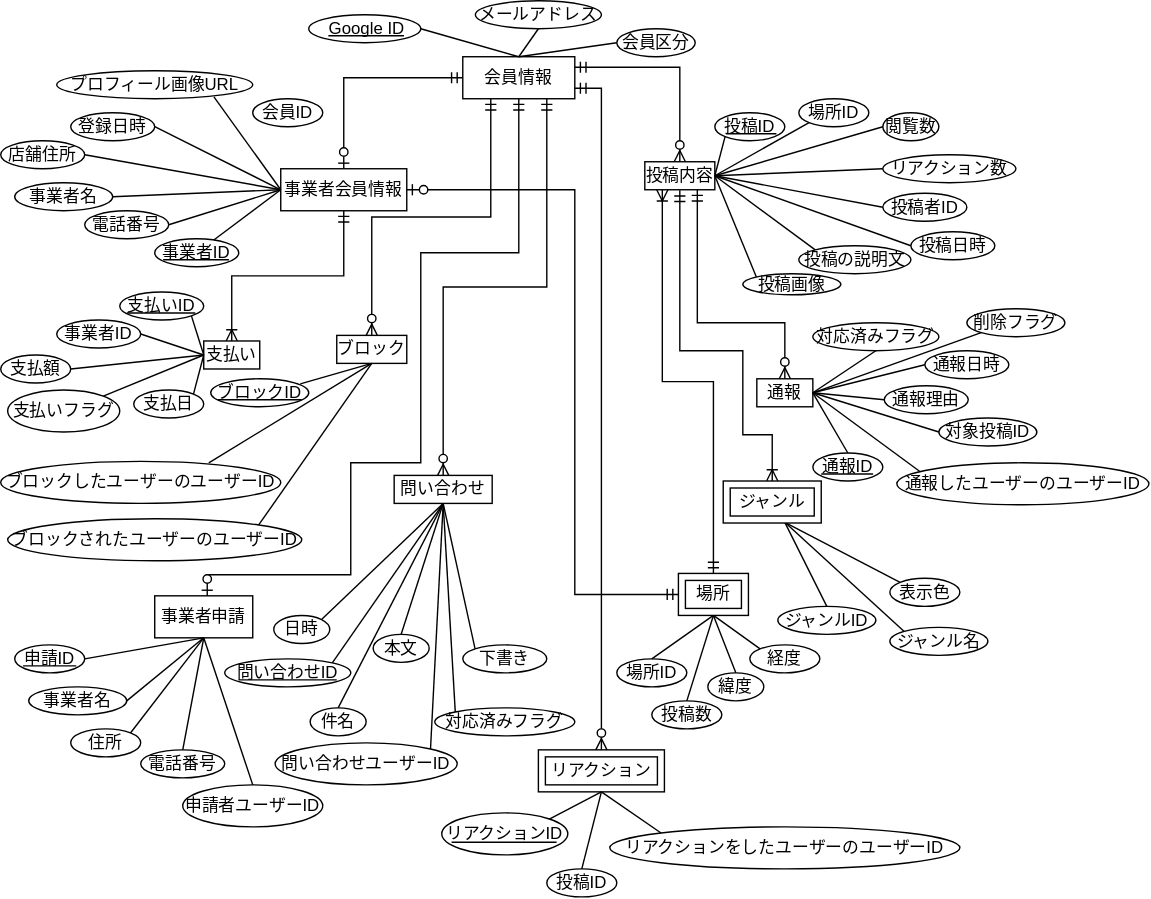
KUT-Group12/external-design keeps this draw.io diagram as sections/section8_database.svg. Above is the earlier version. Source tidied: cells renumbered, new cells last; positions are measured from the earlier drawing's top-left corner, leaving out a move shared by most shapes.
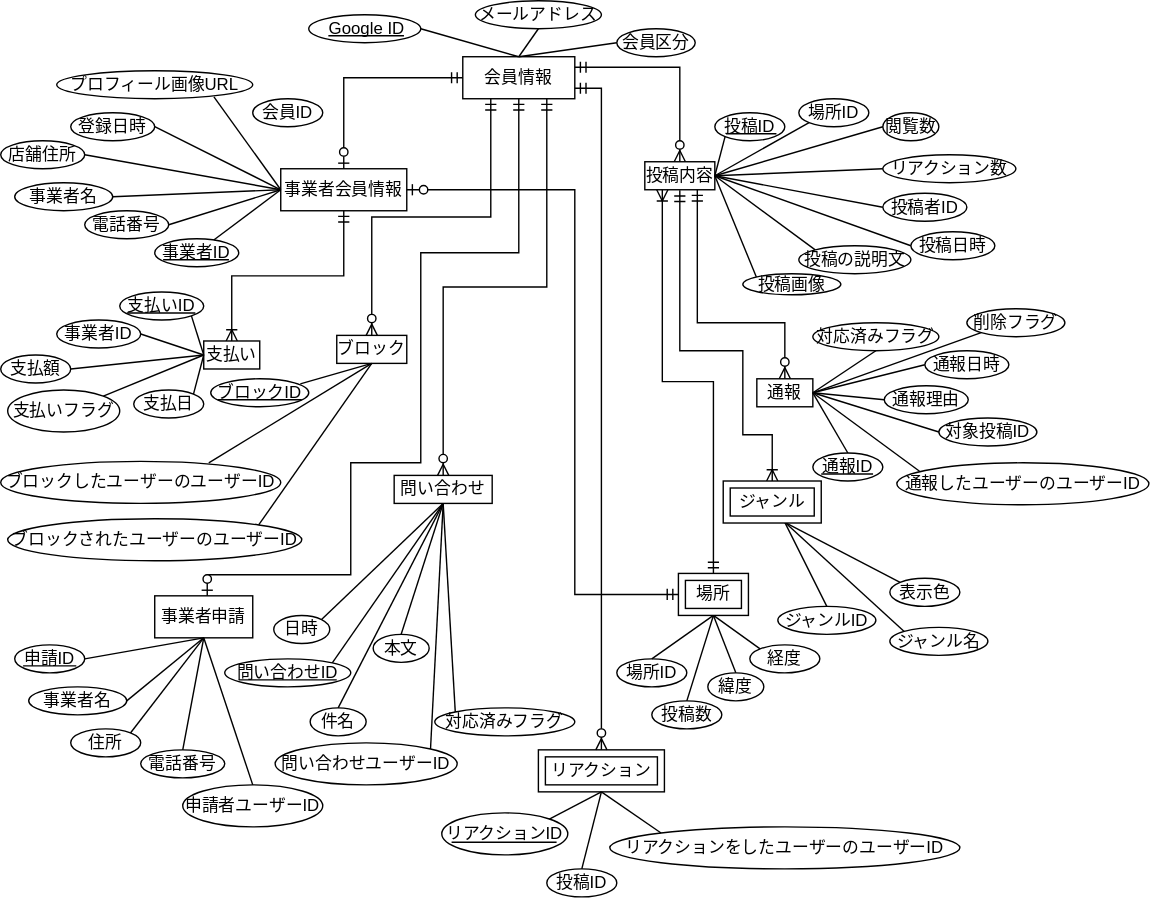
Later version of the same file.

Commit message:
docs : 図の問い合わせテーブルから下書きを削除

The edit, as a diff of the source:
```diff
@@ -401,12 +401,6 @@
     <mxCell id="115" style="endArrow=none;html=1;rounded=0;exitX=0.5;exitY=1;exitDx=0;exitDy=0;entryX=0.5;entryY=0;entryDx=0;entryDy=0;" parent="1" edge="1" source="102" target="110">
       <mxGeometry relative="1" as="geometry" />
     </mxCell>
-    <mxCell id="116" value="下書き" style="ellipse;whiteSpace=wrap;html=1;align=center;" parent="1" vertex="1">
-      <mxGeometry x="330" y="460" width="60" height="20" as="geometry" />
-    </mxCell>
-    <mxCell id="117" style="endArrow=none;html=1;rounded=0;entryX=0.5;entryY=1;entryDx=0;entryDy=0;exitX=0;exitY=0;exitDx=0;exitDy=0;" parent="1" edge="1" source="116" target="134">
-      <mxGeometry relative="1" as="geometry" />
-    </mxCell>
     <mxCell id="118" value="ジャンル" style="shape=ext;margin=3;double=1;whiteSpace=wrap;html=1;align=center;" parent="1" vertex="1">
       <mxGeometry x="516" y="343" width="70" height="30" as="geometry" />
     </mxCell>
```
